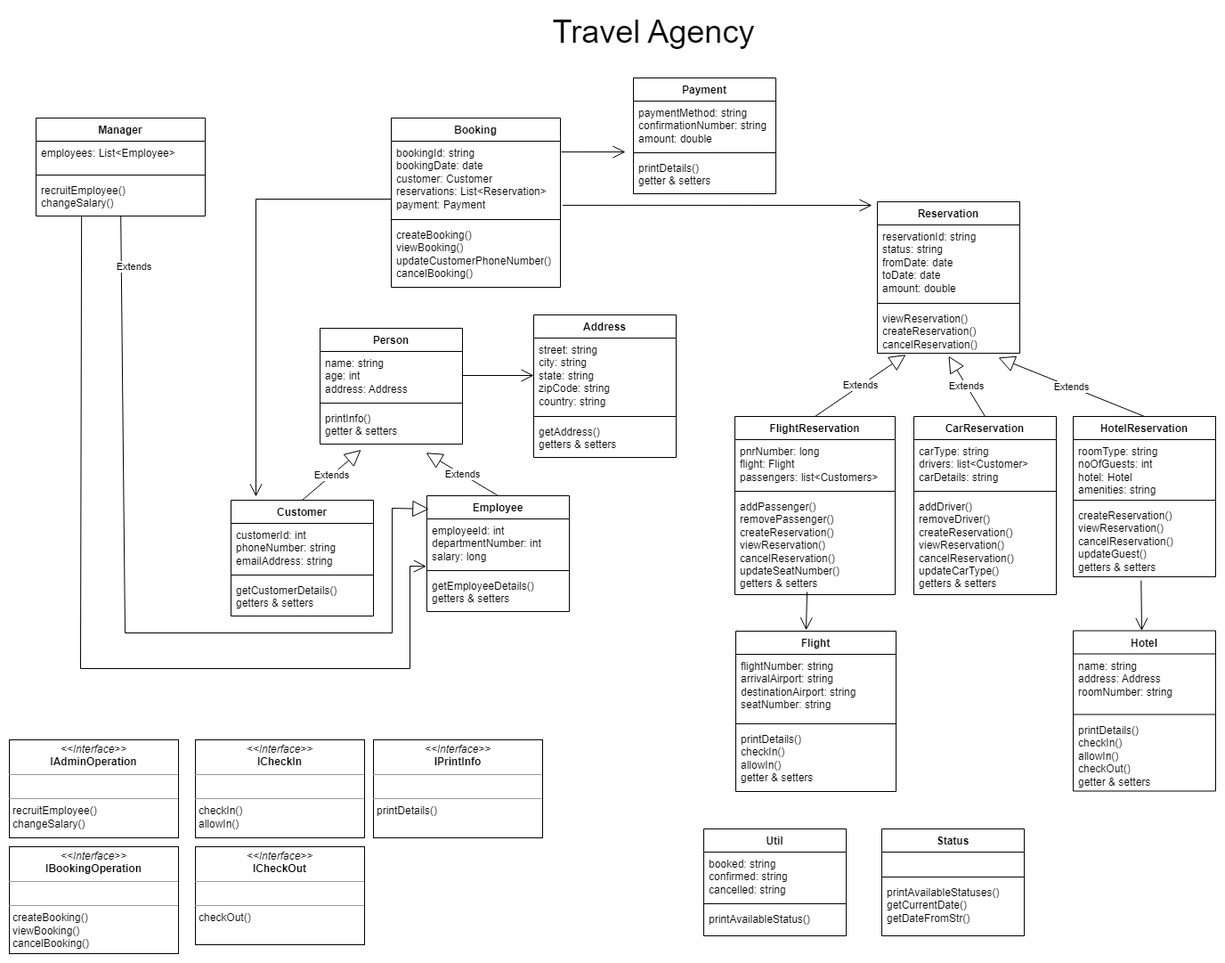
Above: TravelAgency.drawio.png in saranyag-solvd/Task-2-HW (draw.io), before the change. Source tidied: cells renumbered, new cells last; positions are measured from the earlier drawing's top-left corner, leaving out a move shared by most shapes.
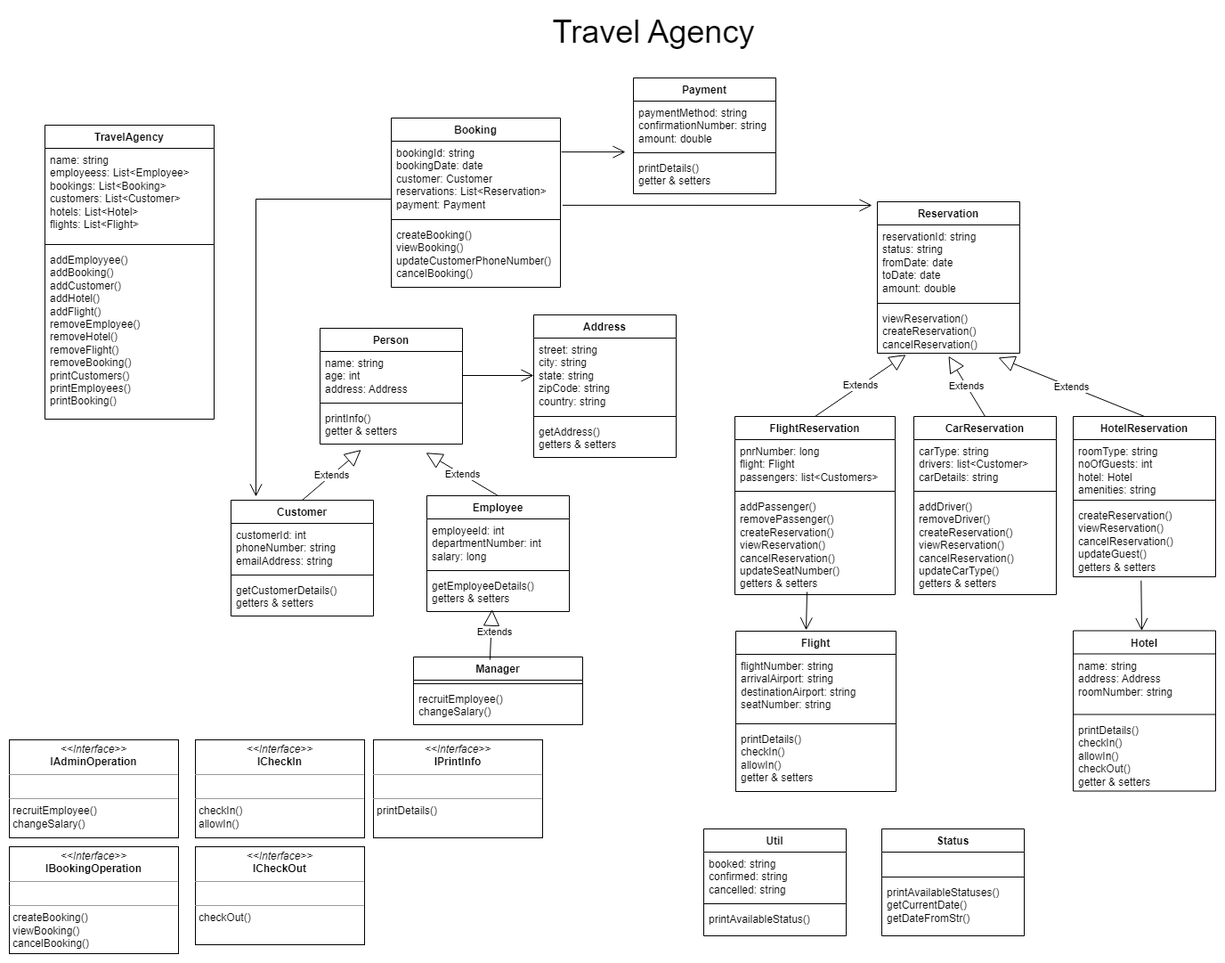
The same file after the commit.

Diff of the diagram source:
```diff
@@ -218,26 +218,14 @@
       <mxGeometry y="58" width="160" height="62" as="geometry" />
     </mxCell>
     <mxCell id="70" value="Manager" style="swimlane;fontStyle=1;align=center;verticalAlign=top;horizontal=1;startSize=26;whiteSpace=wrap;html=1;" parent="1" vertex="1">
-      <mxGeometry x="30" y="122" width="190" height="110" as="geometry" />
+      <mxGeometry x="454" y="727" width="190" height="76" as="geometry" />
     </mxCell>
-    <mxCell id="71" value="employees: List&amp;lt;Employee&amp;gt;&lt;br&gt;" style="text;strokeColor=none;fillColor=none;align=left;verticalAlign=top;spacingLeft=4;spacingRight=4;overflow=hidden;whiteSpace=wrap;html=1;" parent="70" vertex="1">
-      <mxGeometry y="26" width="190" height="34" as="geometry" />
-    </mxCell>
     <mxCell id="72" style="line;strokeWidth=1;fillColor=none;align=left;verticalAlign=middle;spacingTop=-1;spacingLeft=3;spacingRight=3;labelPosition=right;strokeColor=inherit;" parent="70" vertex="1">
-      <mxGeometry y="60" width="190" height="8" as="geometry" />
+      <mxGeometry y="26" width="190" height="8" as="geometry" />
     </mxCell>
     <mxCell id="73" value="recruitEmployee()&lt;br&gt;changeSalary()" style="text;strokeColor=none;fillColor=none;align=left;verticalAlign=top;spacingLeft=4;spacingRight=4;overflow=hidden;points=[[0,0.5],[1,0.5]];portConstraint=eastwest;whiteSpace=wrap;html=1;" parent="70" vertex="1">
-      <mxGeometry y="68" width="190" height="42" as="geometry" />
+      <mxGeometry y="34" width="190" height="42" as="geometry" />
     </mxCell>
-    <mxCell id="74" style="endArrow=open;endFill=1;endSize=12;html=1;rounded=0;entryX=-0.004;entryY=-0.208;entryDx=0;entryDy=0;entryPerimeter=0;exitX=0.269;exitY=0.998;exitDx=0;exitDy=0;exitPerimeter=0;" parent="1" edge="1" source="73" target="13">
-      <mxGeometry relative="1" as="geometry">
-        <Array as="points">
-          <mxPoint x="80" y="740" />
-          <mxPoint x="450" y="740" />
-          <mxPoint x="450" y="625" />
-        </Array>
-      </mxGeometry>
-    </mxCell>
     <mxCell id="75" value="&lt;p style=&quot;margin:0px;margin-top:4px;text-align:center;&quot;&gt;&lt;i&gt;&amp;lt;&amp;lt;Interface&amp;gt;&amp;gt;&lt;/i&gt;&lt;br&gt;&lt;b&gt;IAdminOperation&lt;/b&gt;&lt;/p&gt;&lt;hr size=&quot;1&quot;&gt;&lt;p style=&quot;margin:0px;margin-left:4px;&quot;&gt;&lt;br&gt;&lt;/p&gt;&lt;hr size=&quot;1&quot;&gt;&lt;p style=&quot;margin:0px;margin-left:4px;&quot;&gt;recruitEmployee()&lt;/p&gt;&lt;p style=&quot;margin:0px;margin-left:4px;&quot;&gt;changeSalary()&lt;/p&gt;" style="verticalAlign=top;align=left;overflow=fill;fontSize=12;fontFamily=Helvetica;html=1;whiteSpace=wrap;" parent="1" vertex="1">
       <mxGeometry y="820" width="190" height="110" as="geometry" />
     </mxCell>
@@ -253,14 +241,20 @@
     <mxCell id="79" value="&lt;p style=&quot;margin:0px;margin-top:4px;text-align:center;&quot;&gt;&lt;i&gt;&amp;lt;&amp;lt;Interface&amp;gt;&amp;gt;&lt;/i&gt;&lt;br&gt;&lt;b&gt;IPrintInfo&lt;/b&gt;&lt;/p&gt;&lt;hr size=&quot;1&quot;&gt;&lt;p style=&quot;margin:0px;margin-left:4px;&quot;&gt;&lt;br&gt;&lt;/p&gt;&lt;hr size=&quot;1&quot;&gt;&lt;p style=&quot;margin:0px;margin-left:4px;&quot;&gt;printDetails()&lt;/p&gt;" style="verticalAlign=top;align=left;overflow=fill;fontSize=12;fontFamily=Helvetica;html=1;whiteSpace=wrap;" parent="1" vertex="1">
       <mxGeometry x="409" y="820" width="190" height="110" as="geometry" />
     </mxCell>
-    <mxCell id="80" value="Extends" style="endArrow=block;endSize=16;endFill=0;html=1;rounded=0;entryX=0.015;entryY=0.115;entryDx=0;entryDy=0;entryPerimeter=0;" parent="1" edge="1" source="73" target="10">
-      <mxGeometry x="-0.88" y="14" relative="1" as="geometry">
-        <Array as="points">
-          <mxPoint x="130" y="700" />
-          <mxPoint x="430" y="700" />
-          <mxPoint x="430" y="560" />
-        </Array>
-      </mxGeometry>
+    <mxCell id="80" value="Extends" style="endArrow=block;endSize=16;endFill=0;html=1;rounded=0;entryX=0.458;entryY=0.946;entryDx=0;entryDy=0;entryPerimeter=0;exitX=0.452;exitY=0.041;exitDx=0;exitDy=0;exitPerimeter=0;" parent="1" edge="1" source="70" target="13">
+      <mxGeometry x="0.09" y="-4" relative="1" as="geometry" />
     </mxCell>
+    <mxCell id="81" value="TravelAgency" style="swimlane;fontStyle=1;align=center;verticalAlign=top;horizontal=1;startSize=26;whiteSpace=wrap;html=1;" parent="1" vertex="1">
+      <mxGeometry x="40" y="130" width="190" height="330" as="geometry" />
+    </mxCell>
+    <mxCell id="82" value="name: string&lt;br&gt;employeess: List&amp;lt;Employee&amp;gt;&lt;br&gt;bookings: List&amp;lt;Booking&amp;gt;&lt;br&gt;customers: List&amp;lt;Customer&amp;gt;&lt;br&gt;hotels: List&amp;lt;Hotel&amp;gt;&lt;br&gt;flights: List&amp;lt;Flight&amp;gt;" style="text;strokeColor=none;fillColor=none;align=left;verticalAlign=top;spacingLeft=4;spacingRight=4;overflow=hidden;whiteSpace=wrap;html=1;" parent="81" vertex="1">
+      <mxGeometry y="26" width="190" height="104" as="geometry" />
+    </mxCell>
+    <mxCell id="83" style="line;strokeWidth=1;fillColor=none;align=left;verticalAlign=middle;spacingTop=-1;spacingLeft=3;spacingRight=3;labelPosition=right;strokeColor=inherit;" parent="81" vertex="1">
+      <mxGeometry y="130" width="190" height="8" as="geometry" />
+    </mxCell>
+    <mxCell id="84" value="addEmployyee()&lt;br&gt;addBooking()&lt;br&gt;addCustomer()&lt;br&gt;addHotel()&lt;br&gt;addFlight()&lt;br&gt;removeEmployee()&lt;br&gt;removeHotel()&lt;br&gt;removeFlight()&lt;br&gt;removeBooking()&lt;br&gt;printCustomers()&lt;br&gt;printEmployees()&lt;br&gt;printBooking()" style="text;strokeColor=none;fillColor=none;align=left;verticalAlign=top;spacingLeft=4;spacingRight=4;overflow=hidden;whiteSpace=wrap;html=1;" parent="81" vertex="1">
+      <mxGeometry y="138" width="190" height="192" as="geometry" />
+    </mxCell>
   </root>
 </mxGraphModel>
```
